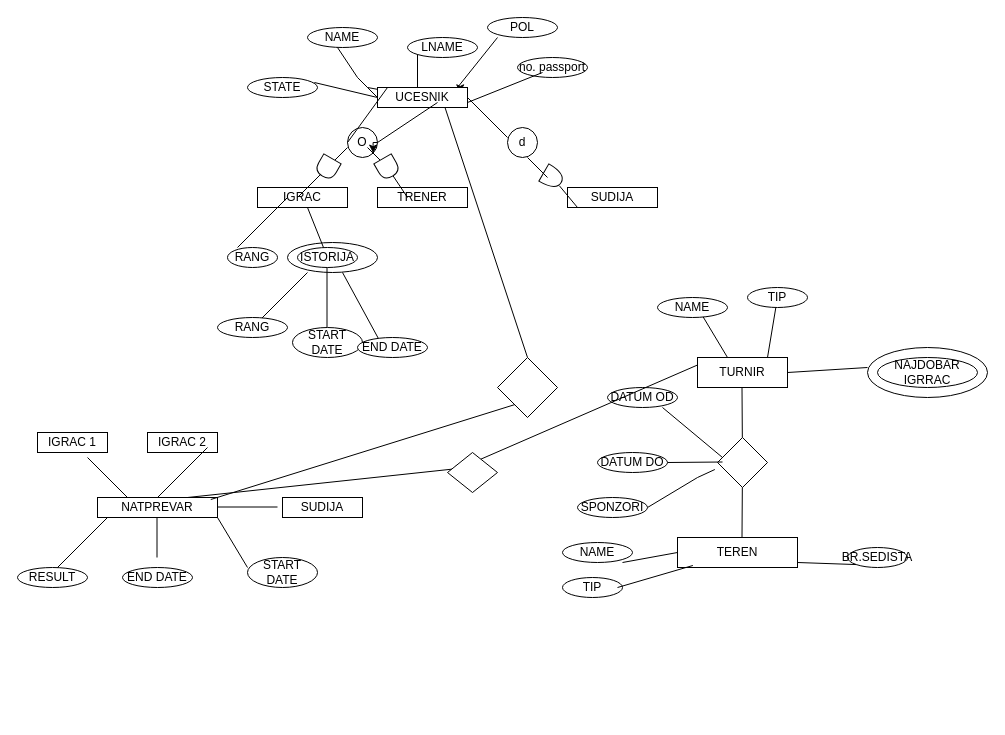
The draw.io diagram Lab 1 -Group B/Untitled Diagram.drawio in marijaspasova00/DataBase, before the edit. Source tidied: cells renumbered, new cells numbered last; positions are measured from the earlier drawing's top-left corner, leaving out a move shared by most shapes. Both pictures are drawn from the tidied source at 100%, with x=0, y=0 at pixel (17, 17).
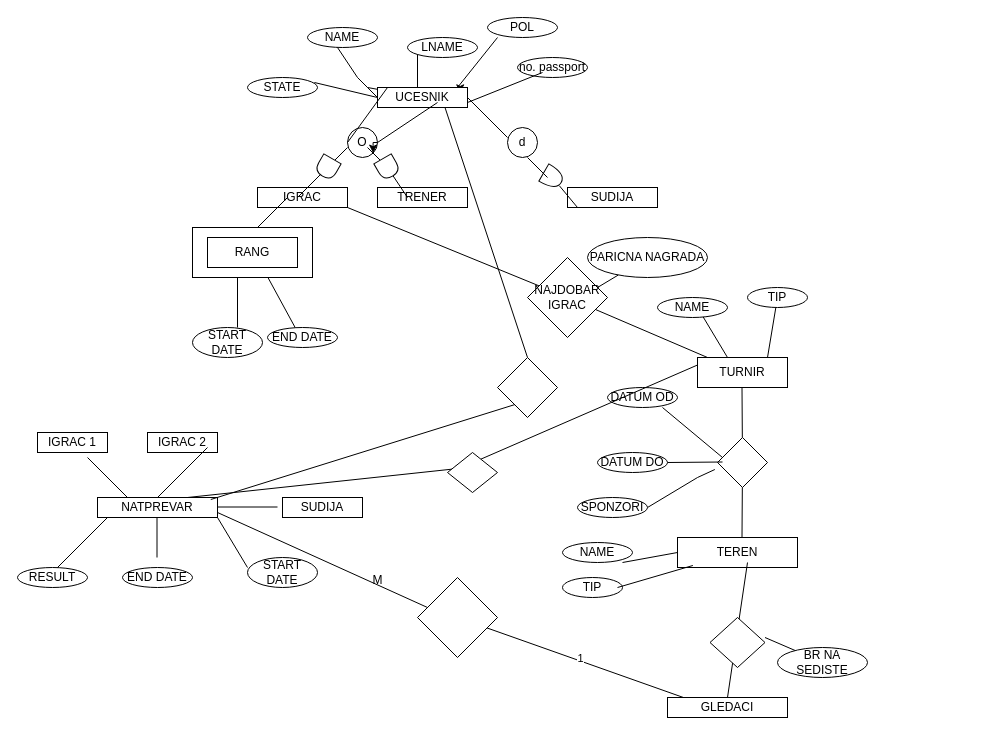
The same page after the edit.

Unchanged cells that the change refers to:
```xml
<mxCell id="44" value="TURNIR" style="rounded=0;whiteSpace=wrap;html=1;" parent="1" vertex="1">
  <mxGeometry x="680" y="340" width="90" height="30" as="geometry" />
</mxCell>
<mxCell id="70" value="NATPREVAR" style="rounded=0;whiteSpace=wrap;html=1;" parent="1" vertex="1">
  <mxGeometry x="80" y="480" width="120" height="20" as="geometry" />
</mxCell>
```

Diff of the diagram source:
```diff
@@
-    <mxCell id="2" style="ellipse;whiteSpace=wrap;html=1;" parent="1" vertex="1">
-      <mxGeometry x="270" y="225" width="90" height="30" as="geometry" />
-    </mxCell>
@@
-    <mxCell id="34" value="RANG" style="ellipse;whiteSpace=wrap;html=1;" parent="1" vertex="1">
-      <mxGeometry x="210" y="230" width="50" height="20" as="geometry" />
-    </mxCell>
@@
-    <mxCell id="36" value="ISTORIJA" style="ellipse;whiteSpace=wrap;html=1;" parent="1" vertex="1">
-      <mxGeometry x="280" y="230" width="60" height="20" as="geometry" />
-    </mxCell>
-    <mxCell id="37" style="endArrow=none;html=1;rounded=0;" parent="1" edge="1" target="36">
-      <mxGeometry relative="1" as="geometry">
-        <mxPoint x="290" y="190" as="sourcePoint" />
-      </mxGeometry>
-    </mxCell>
-    <mxCell id="38" style="endArrow=none;html=1;rounded=0;" parent="1" edge="1">
-      <mxGeometry relative="1" as="geometry">
-        <mxPoint x="240" y="305" as="sourcePoint" />
-        <mxPoint x="290" y="255" as="targetPoint" />
-      </mxGeometry>
-    </mxCell>
     <mxCell id="39" style="endArrow=none;html=1;rounded=0;" parent="1" edge="1">
       <mxGeometry relative="1" as="geometry">
-        <mxPoint x="309.5" y="310" as="sourcePoint" />
-        <mxPoint x="309.5" y="250" as="targetPoint" />
+        <mxPoint x="220" y="310" as="sourcePoint" />
+        <mxPoint x="220" y="250" as="targetPoint" />
       </mxGeometry>
     </mxCell>
     <mxCell id="40" style="endArrow=none;html=1;rounded=0;" parent="1" edge="1">
       <mxGeometry relative="1" as="geometry">
-        <mxPoint x="325" y="255" as="sourcePoint" />
-        <mxPoint x="360.9" y="321" as="targetPoint" />
+        <mxPoint x="245" y="250" as="sourcePoint" />
+        <mxPoint x="280.9" y="316" as="targetPoint" />
       </mxGeometry>
     </mxCell>
-    <mxCell id="41" value="RANG" style="ellipse;whiteSpace=wrap;html=1;" parent="1" vertex="1">
-      <mxGeometry x="200" y="300" width="70" height="20" as="geometry" />
-    </mxCell>
     <mxCell id="42" value="START DATE" style="ellipse;whiteSpace=wrap;html=1;" parent="1" vertex="1">
-      <mxGeometry x="275" y="310" width="70" height="30" as="geometry" />
+      <mxGeometry x="175" y="310" width="70" height="30" as="geometry" />
     </mxCell>
     <mxCell id="43" value="END DATE" style="ellipse;whiteSpace=wrap;html=1;" parent="1" vertex="1">
-      <mxGeometry x="340" y="320" width="70" height="20" as="geometry" />
+      <mxGeometry x="250" y="310" width="70" height="20" as="geometry" />
     </mxCell>
@@
-    <mxCell id="50" style="ellipse;whiteSpace=wrap;html=1;" parent="1" vertex="1">
-      <mxGeometry x="850" y="330" width="120" height="50" as="geometry" />
-    </mxCell>
-    <mxCell id="51" value="NAJDOBAR IGRRAC" style="ellipse;whiteSpace=wrap;html=1;" parent="1" vertex="1">
-      <mxGeometry x="860" y="340" width="100" height="30" as="geometry" />
-    </mxCell>
@@
-    <mxCell id="62" style="endArrow=none;html=1;rounded=0;exitX=1;exitY=0.5;exitDx=0;exitDy=0;" parent="1" edge="1" source="44">
-      <mxGeometry relative="1" as="geometry">
-        <mxPoint x="850" y="350" as="targetPoint" />
-      </mxGeometry>
-    </mxCell>
@@
-    <mxCell id="68" value="BR.SEDISTA" style="ellipse;whiteSpace=wrap;html=1;" parent="1" vertex="1">
-      <mxGeometry x="830" y="530" width="60" height="20" as="geometry" />
-    </mxCell>
-    <mxCell id="69" style="endArrow=none;html=1;rounded=0;entryX=0;entryY=1;entryDx=0;entryDy=0;" parent="1" edge="1" target="68">
-      <mxGeometry relative="1" as="geometry">
-        <mxPoint x="780" y="545" as="sourcePoint" />
-      </mxGeometry>
-    </mxCell>
@@
+    <mxCell id="89" value="GLEDACI" style="rounded=0;whiteSpace=wrap;html=1;" parent="1" vertex="1">
+      <mxGeometry x="650" y="680" width="120" height="20" as="geometry" />
+    </mxCell>
+    <mxCell id="90" style="endArrow=none;html=1;rounded=0;exitX=0.5;exitY=0;exitDx=0;exitDy=0;" parent="1" edge="1" source="89">
+      <mxGeometry relative="1" as="geometry">
+        <mxPoint x="730" y="545" as="targetPoint" />
+      </mxGeometry>
+    </mxCell>
+    <mxCell id="91" style="rhombus;whiteSpace=wrap;html=1;" parent="1" vertex="1">
+      <mxGeometry x="692.5" y="600" width="55" height="50" as="geometry" />
+    </mxCell>
+    <mxCell id="92" style="endArrow=none;html=1;rounded=0;" parent="1" edge="1" target="93">
+      <mxGeometry relative="1" as="geometry">
+        <mxPoint x="747.5" y="620" as="sourcePoint" />
+      </mxGeometry>
+    </mxCell>
+    <mxCell id="93" value="BR NA SEDISTE" style="ellipse;whiteSpace=wrap;html=1;" parent="1" vertex="1">
+      <mxGeometry x="760" y="630" width="90" height="30" as="geometry" />
+    </mxCell>
+    <mxCell id="94" style="endArrow=none;html=1;rounded=0;exitX=0.133;exitY=0;exitDx=0;exitDy=0;exitPerimeter=0;" parent="1" edge="1" source="89" target="96">
+      <mxGeometry relative="1" as="geometry" />
+    </mxCell>
+    <mxCell id="95" value="1" style="edgeLabel;html=1;align=center;verticalAlign=middle;" parent="94" vertex="1">
+      <mxGeometry x="0.07" y="-3" relative="1" as="geometry" />
+    </mxCell>
+    <mxCell id="96" style="rhombus;whiteSpace=wrap;html=1;" parent="1" vertex="1">
+      <mxGeometry x="400" y="560" width="80" height="80" as="geometry" />
+    </mxCell>
+    <mxCell id="97" style="endArrow=none;html=1;rounded=0;exitX=1;exitY=0.75;exitDx=0;exitDy=0;" parent="1" edge="1" source="70">
+      <mxGeometry relative="1" as="geometry">
+        <mxPoint x="410" y="590" as="targetPoint" />
+      </mxGeometry>
+    </mxCell>
+    <mxCell id="98" value="M" style="text;html=1;align=center;verticalAlign=middle;strokeColor=none;fillColor=none;" parent="1" vertex="1">
+      <mxGeometry x="345" y="548" width="30" height="30" as="geometry" />
+    </mxCell>
+    <mxCell id="99" style="rounded=0;whiteSpace=wrap;html=1;" parent="1" vertex="1">
+      <mxGeometry x="175" y="210" width="120" height="50" as="geometry" />
+    </mxCell>
+    <mxCell id="100" value="RANG" style="rounded=0;whiteSpace=wrap;html=1;" parent="1" vertex="1">
+      <mxGeometry x="190" y="220" width="90" height="30" as="geometry" />
+    </mxCell>
+    <mxCell id="101" style="endArrow=none;html=1;rounded=0;" parent="1" edge="1" source="103">
+      <mxGeometry relative="1" as="geometry">
+        <mxPoint x="330" y="190" as="targetPoint" />
+      </mxGeometry>
+    </mxCell>
+    <mxCell id="102" style="endArrow=none;html=1;rounded=0;" parent="1" edge="1" source="44" target="103">
+      <mxGeometry relative="1" as="geometry" />
+    </mxCell>
+    <mxCell id="103" value="NAJDOBAR IGRAC" style="rhombus;whiteSpace=wrap;html=1;" parent="1" vertex="1">
+      <mxGeometry x="510" y="240" width="80" height="80" as="geometry" />
+    </mxCell>
+    <mxCell id="104" style="endArrow=none;html=1;rounded=0;" parent="1" edge="1" target="105">
+      <mxGeometry relative="1" as="geometry">
+        <mxPoint x="580" y="270" as="sourcePoint" />
+      </mxGeometry>
+    </mxCell>
+    <mxCell id="105" value="PARICNA NAGRADA" style="ellipse;whiteSpace=wrap;html=1;" parent="1" vertex="1">
+      <mxGeometry x="570" y="220" width="120" height="40" as="geometry" />
+    </mxCell>
```
